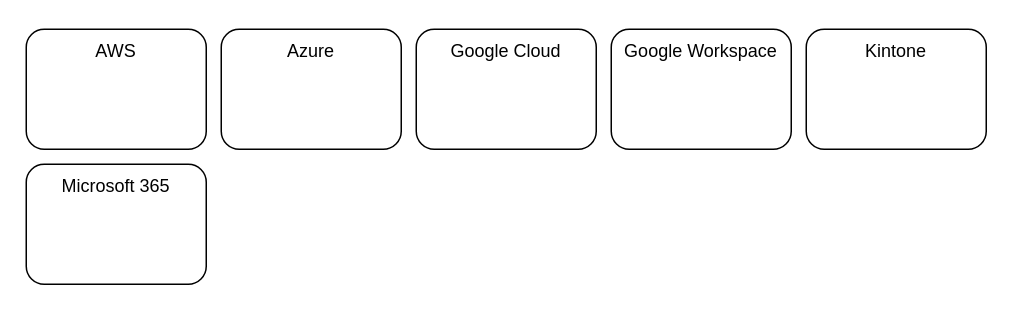
Earlier version of the draw.io diagram page "スマホ用パーツ作成" (7 of 8) of 20250702_リスキルサイト案.drawio (reizo0901/drawio). Source tidied: cells renumbered, new cells numbered last; positions are measured from the earlier drawing's top-left corner, leaving out a move shared by most shapes. Both pictures are drawn from the tidied source at 150%, with x=0, y=0 at pixel (26, 28).
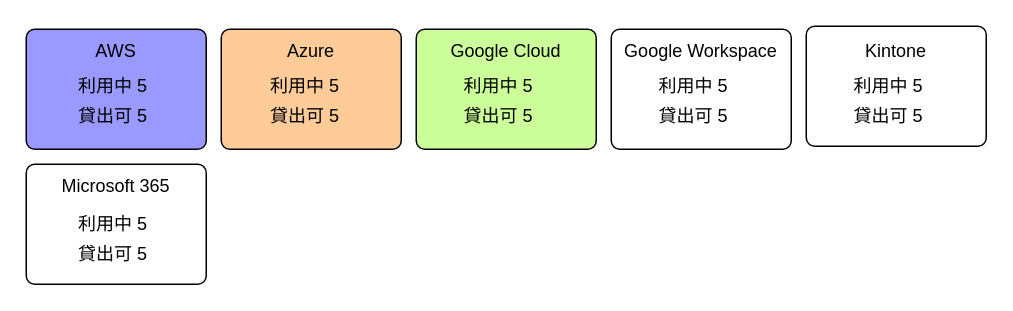
The same diagram, later.

Commit message:
20250702_リスキルサイト案.drawio を更新します

Diff of the diagram source:
```diff
@@
+    <mxCell id="14" style="rounded=1;whiteSpace=wrap;html=1;arcSize=7;" parent="1" vertex="1">
+      <mxGeometry y="90" width="120" height="80" as="geometry" />
+    </mxCell>
+    <mxCell id="15" style="rounded=1;whiteSpace=wrap;html=1;arcSize=7;fillColor=#FFCC99;" parent="1" vertex="1">
+      <mxGeometry x="130" width="120" height="80" as="geometry" />
+    </mxCell>
+    <mxCell id="16" style="rounded=1;whiteSpace=wrap;html=1;arcSize=7;fillColor=#CCFF99;" parent="1" vertex="1">
+      <mxGeometry x="260" width="120" height="80" as="geometry" />
+    </mxCell>
+    <mxCell id="17" style="rounded=1;whiteSpace=wrap;html=1;arcSize=7;" parent="1" vertex="1">
+      <mxGeometry x="390" width="120" height="80" as="geometry" />
+    </mxCell>
+    <mxCell id="18" style="rounded=1;whiteSpace=wrap;html=1;arcSize=7;" parent="1" vertex="1">
+      <mxGeometry x="520" y="-2" width="120" height="80" as="geometry" />
+    </mxCell>
-    <mxCell id="2" style="rounded=1;whiteSpace=wrap;html=1;" parent="1" vertex="1">
+    <mxCell id="2" style="rounded=1;whiteSpace=wrap;html=1;arcSize=7;fillColor=#9999FF;" parent="1" vertex="1">
       <mxGeometry width="120" height="80" as="geometry" />
     </mxCell>
@@
-    <mxCell id="4" style="rounded=1;whiteSpace=wrap;html=1;" parent="1" vertex="1">
-      <mxGeometry x="130" width="120" height="80" as="geometry" />
-    </mxCell>
@@
-    <mxCell id="6" style="rounded=1;whiteSpace=wrap;html=1;" parent="1" vertex="1">
-      <mxGeometry x="260" width="120" height="80" as="geometry" />
-    </mxCell>
@@
-    <mxCell id="8" style="rounded=1;whiteSpace=wrap;html=1;" parent="1" vertex="1">
-      <mxGeometry x="390" width="120" height="80" as="geometry" />
-    </mxCell>
@@
-    <mxCell id="10" style="rounded=1;whiteSpace=wrap;html=1;" parent="1" vertex="1">
-      <mxGeometry x="520" width="120" height="80" as="geometry" />
-    </mxCell>
@@
-    <mxCell id="12" style="rounded=1;whiteSpace=wrap;html=1;" parent="1" vertex="1">
-      <mxGeometry y="90" width="120" height="80" as="geometry" />
-    </mxCell>
@@
+    <mxCell id="19" value="利用中 5" style="text;html=1;align=left;verticalAlign=middle;whiteSpace=wrap;rounded=0;fontSize=12;" parent="1" vertex="1">
+      <mxGeometry x="33" y="23" width="60" height="30" as="geometry" />
+    </mxCell>
+    <mxCell id="20" value="貸出可 5" style="text;html=1;align=left;verticalAlign=middle;whiteSpace=wrap;rounded=0;fontSize=12;" parent="1" vertex="1">
+      <mxGeometry x="33" y="43" width="60" height="30" as="geometry" />
+    </mxCell>
+    <mxCell id="21" value="利用中 5" style="text;html=1;align=left;verticalAlign=middle;whiteSpace=wrap;rounded=0;fontSize=12;" parent="1" vertex="1">
+      <mxGeometry x="161" y="23" width="60" height="30" as="geometry" />
+    </mxCell>
+    <mxCell id="22" value="貸出可 5" style="text;html=1;align=left;verticalAlign=middle;whiteSpace=wrap;rounded=0;fontSize=12;" parent="1" vertex="1">
+      <mxGeometry x="161" y="43" width="60" height="30" as="geometry" />
+    </mxCell>
+    <mxCell id="23" value="利用中 5" style="text;html=1;align=left;verticalAlign=middle;whiteSpace=wrap;rounded=0;fontSize=12;" parent="1" vertex="1">
+      <mxGeometry x="290" y="23" width="60" height="30" as="geometry" />
+    </mxCell>
+    <mxCell id="24" value="貸出可 5" style="text;html=1;align=left;verticalAlign=middle;whiteSpace=wrap;rounded=0;fontSize=12;" parent="1" vertex="1">
+      <mxGeometry x="290" y="43" width="60" height="30" as="geometry" />
+    </mxCell>
+    <mxCell id="25" value="利用中 5" style="text;html=1;align=left;verticalAlign=middle;whiteSpace=wrap;rounded=0;fontSize=12;" parent="1" vertex="1">
+      <mxGeometry x="420" y="23" width="60" height="30" as="geometry" />
+    </mxCell>
+    <mxCell id="26" value="貸出可 5" style="text;html=1;align=left;verticalAlign=middle;whiteSpace=wrap;rounded=0;fontSize=12;" parent="1" vertex="1">
+      <mxGeometry x="420" y="43" width="60" height="30" as="geometry" />
+    </mxCell>
+    <mxCell id="27" value="利用中 5" style="text;html=1;align=left;verticalAlign=middle;whiteSpace=wrap;rounded=0;fontSize=12;" parent="1" vertex="1">
+      <mxGeometry x="550" y="23" width="60" height="30" as="geometry" />
+    </mxCell>
+    <mxCell id="28" value="貸出可 5" style="text;html=1;align=left;verticalAlign=middle;whiteSpace=wrap;rounded=0;fontSize=12;" parent="1" vertex="1">
+      <mxGeometry x="550" y="43" width="60" height="30" as="geometry" />
+    </mxCell>
+    <mxCell id="29" value="利用中 5" style="text;html=1;align=left;verticalAlign=middle;whiteSpace=wrap;rounded=0;fontSize=12;" parent="1" vertex="1">
+      <mxGeometry x="33" y="115" width="60" height="30" as="geometry" />
+    </mxCell>
+    <mxCell id="30" value="貸出可 5" style="text;html=1;align=left;verticalAlign=middle;whiteSpace=wrap;rounded=0;fontSize=12;" parent="1" vertex="1">
+      <mxGeometry x="33" y="135" width="60" height="30" as="geometry" />
+    </mxCell>
```
